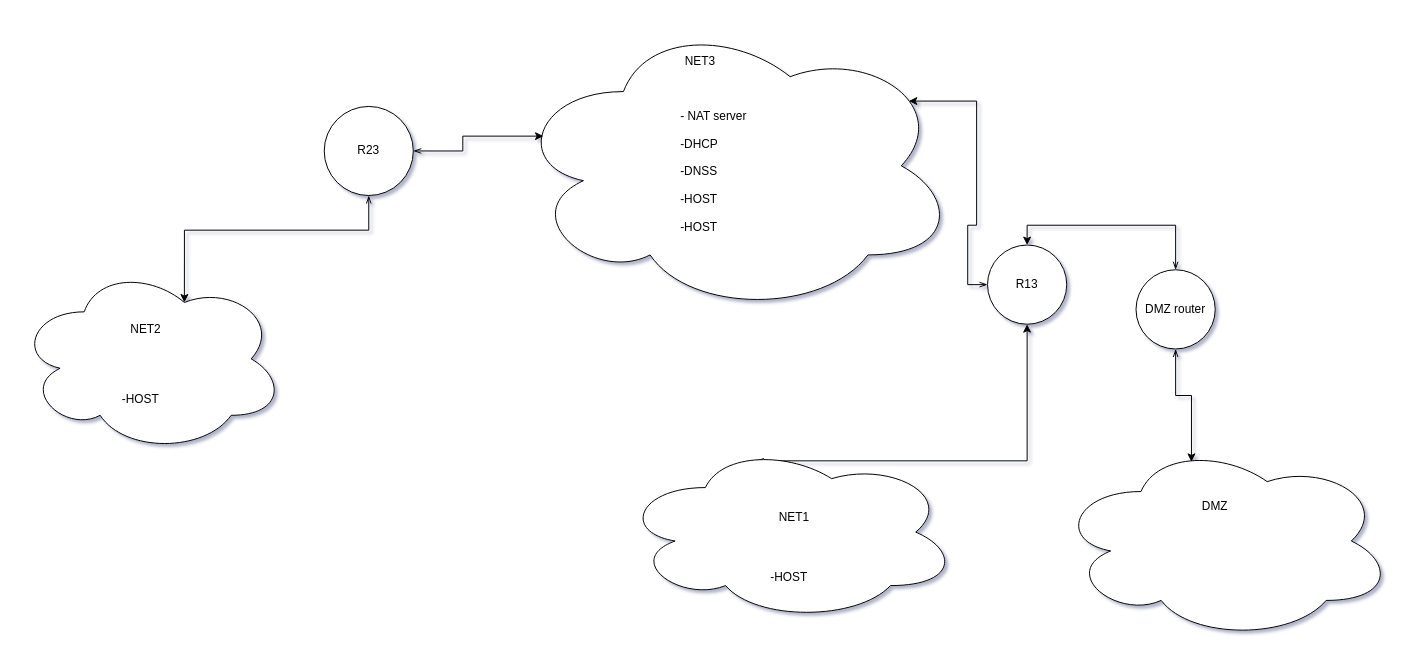
This is task5_network.drawio from spspider/TestRepository, a draw.io file, before an edit. Source tidied: cells renumbered, new cells numbered last; positions are measured from the earlier drawing's top-left corner, leaving out a move shared by most shapes. Both pictures are drawn from the tidied source at 99%, with x=0, y=0 at pixel (17, 17).
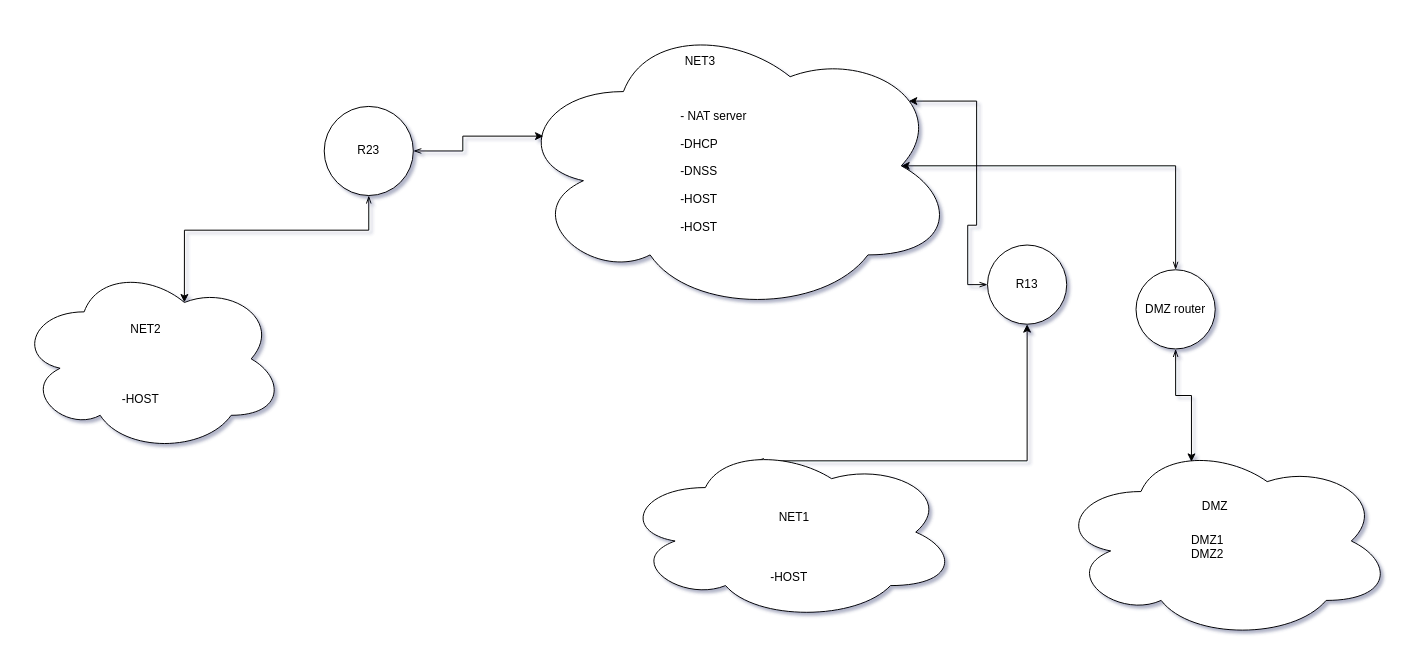
After the change.

Unchanged cells that the change refers to:
```xml
<mxCell id="2" style="ellipse;shape=cloud;whiteSpace=wrap;html=1;" parent="1" vertex="1">
  <mxGeometry x="500" width="449" height="300" as="geometry" />
</mxCell>
<mxCell id="11" style="ellipse;whiteSpace=wrap;html=1;" parent="1" vertex="1">
  <mxGeometry x="980" y="230" width="80" height="80" as="geometry" />
</mxCell>
<mxCell id="20" value="DMZ router" style="ellipse;whiteSpace=wrap;html=1;" parent="1" vertex="1">
  <mxGeometry x="1130" y="255" width="80" height="80" as="geometry" />
</mxCell>
```

Diff of the diagram source:
```diff
@@
-    <mxCell id="19" style="edgeStyle=orthogonalEdgeStyle;rounded=0;jettySize=auto;html=1;exitX=0.5;exitY=0;exitDx=0;exitDy=0;entryX=0.5;entryY=0;entryDx=0;entryDy=0;startArrow=openThin;startFill=0;" parent="1" edge="1" source="20" target="11">
-      <mxGeometry relative="1" as="geometry" />
-    </mxCell>
+    <mxCell id="23" style="edgeStyle=orthogonalEdgeStyle;rounded=0;jettySize=auto;html=1;exitX=0.5;exitY=0;exitDx=0;exitDy=0;entryX=0.875;entryY=0.5;entryDx=0;entryDy=0;entryPerimeter=0;startArrow=openThin;startFill=0;" parent="1" edge="1" source="20" target="2">
+      <mxGeometry relative="1" as="geometry" />
+    </mxCell>
@@
+    <mxCell id="24" value="DMZ1&#10;DMZ2" style="text;strokeColor=none;fillColor=none;align=left;verticalAlign=middle;spacingLeft=4;spacingRight=4;overflow=hidden;" parent="1" vertex="1">
+      <mxGeometry x="1180" y="509" width="100" height="51" as="geometry" />
+    </mxCell>
```
